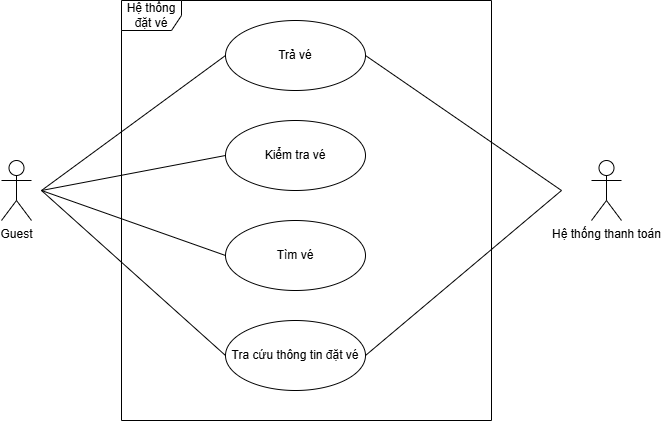
This is general_usecase.drawio.png from ngkhanh-dev/design-system-project, a draw.io export, as it was before one commit. Source tidied: cells renumbered, new cells last; positions are measured from the earlier drawing's top-left corner, leaving out a move shared by most shapes. The source it was exported from:
```xml
<mxGraphModel>
  <root>
    <mxCell id="0" />
    <mxCell id="1" parent="0" />
    <mxCell id="2" value="Hệ thống đặt vé" style="shape=umlFrame;whiteSpace=wrap;html=1;" parent="1" vertex="1">
      <mxGeometry x="120" width="370" height="420" as="geometry" />
    </mxCell>
    <mxCell id="3" value="Guest" style="shape=umlActor;verticalLabelPosition=bottom;verticalAlign=top;html=1;" parent="1" vertex="1">
      <mxGeometry y="160" width="30" height="60" as="geometry" />
    </mxCell>
    <mxCell id="4" value="Tìm vé" style="ellipse;whiteSpace=wrap;html=1;" parent="1" vertex="1">
      <mxGeometry x="224" y="220" width="140" height="70" as="geometry" />
    </mxCell>
    <mxCell id="5" value="Tra cứu thông tin đặt vé" style="ellipse;whiteSpace=wrap;html=1;" parent="1" vertex="1">
      <mxGeometry x="224" y="320" width="140" height="70" as="geometry" />
    </mxCell>
    <mxCell id="6" value="Trả vé" style="ellipse;whiteSpace=wrap;html=1;" parent="1" vertex="1">
      <mxGeometry x="224" y="20" width="140" height="70" as="geometry" />
    </mxCell>
    <mxCell id="7" value="Kiểm tra vé" style="ellipse;whiteSpace=wrap;html=1;" parent="1" vertex="1">
      <mxGeometry x="224" y="120" width="140" height="70" as="geometry" />
    </mxCell>
    <mxCell id="8" value="Hệ thống than&lt;span style=&quot;background-color: transparent; color: light-dark(rgb(0, 0, 0), rgb(255, 255, 255));&quot;&gt;h toán&lt;/span&gt;" style="shape=umlActor;verticalLabelPosition=bottom;verticalAlign=top;html=1;" parent="1" vertex="1">
      <mxGeometry x="590" y="160" width="30" height="60" as="geometry" />
    </mxCell>
    <mxCell id="9" style="endArrow=none;html=1;rounded=0;entryX=0;entryY=0.5;entryDx=0;entryDy=0;" parent="1" edge="1" target="7">
      <mxGeometry relative="1" as="geometry">
        <mxPoint x="40" y="190" as="sourcePoint" />
      </mxGeometry>
    </mxCell>
    <mxCell id="10" style="endArrow=none;html=1;rounded=0;entryX=0;entryY=0.5;entryDx=0;entryDy=0;" parent="1" edge="1" target="4">
      <mxGeometry relative="1" as="geometry">
        <mxPoint x="40" y="190" as="sourcePoint" />
      </mxGeometry>
    </mxCell>
    <mxCell id="11" style="endArrow=none;html=1;rounded=0;entryX=0;entryY=0.5;entryDx=0;entryDy=0;" parent="1" edge="1" target="5">
      <mxGeometry relative="1" as="geometry">
        <mxPoint x="40" y="190" as="sourcePoint" />
      </mxGeometry>
    </mxCell>
    <mxCell id="12" style="endArrow=none;html=1;rounded=0;exitX=1;exitY=0.5;exitDx=0;exitDy=0;" parent="1" edge="1" source="5">
      <mxGeometry relative="1" as="geometry">
        <mxPoint x="560" y="190" as="targetPoint" />
      </mxGeometry>
    </mxCell>
    <mxCell id="13" style="endArrow=none;html=1;rounded=0;exitX=1;exitY=0.5;exitDx=0;exitDy=0;" parent="1" edge="1" source="6">
      <mxGeometry relative="1" as="geometry">
        <mxPoint x="560" y="190" as="targetPoint" />
      </mxGeometry>
    </mxCell>
    <mxCell id="14" style="endArrow=none;html=1;rounded=0;exitX=0;exitY=0.5;exitDx=0;exitDy=0;" parent="1" edge="1" source="6">
      <mxGeometry relative="1" as="geometry">
        <mxPoint x="40" y="190" as="targetPoint" />
      </mxGeometry>
    </mxCell>
  </root>
</mxGraphModel>
```
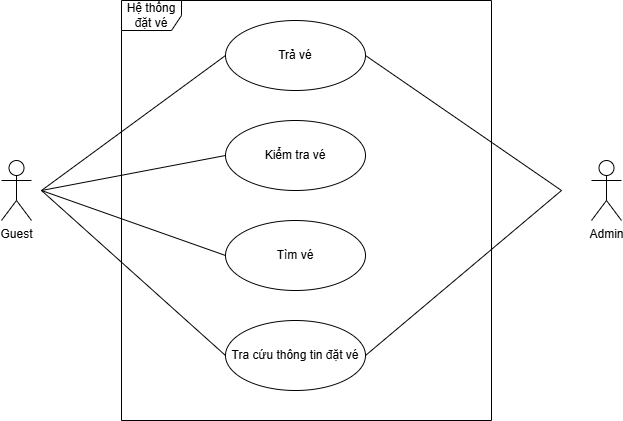
Later version of the same file.

Commit message:
Fix general usecase

What changed in the source:
```diff
@@ -20,7 +20,7 @@
     <mxCell id="7" value="Kiểm tra vé" style="ellipse;whiteSpace=wrap;html=1;" parent="1" vertex="1">
       <mxGeometry x="224" y="120" width="140" height="70" as="geometry" />
     </mxCell>
-    <mxCell id="8" value="Hệ thống than&lt;span style=&quot;background-color: transparent; color: light-dark(rgb(0, 0, 0), rgb(255, 255, 255));&quot;&gt;h toán&lt;/span&gt;" style="shape=umlActor;verticalLabelPosition=bottom;verticalAlign=top;html=1;" parent="1" vertex="1">
+    <mxCell id="8" value="Admin" style="shape=umlActor;verticalLabelPosition=bottom;verticalAlign=top;html=1;" parent="1" vertex="1">
       <mxGeometry x="590" y="160" width="30" height="60" as="geometry" />
     </mxCell>
     <mxCell id="9" style="endArrow=none;html=1;rounded=0;entryX=0;entryY=0.5;entryDx=0;entryDy=0;" parent="1" edge="1" target="7">
```
